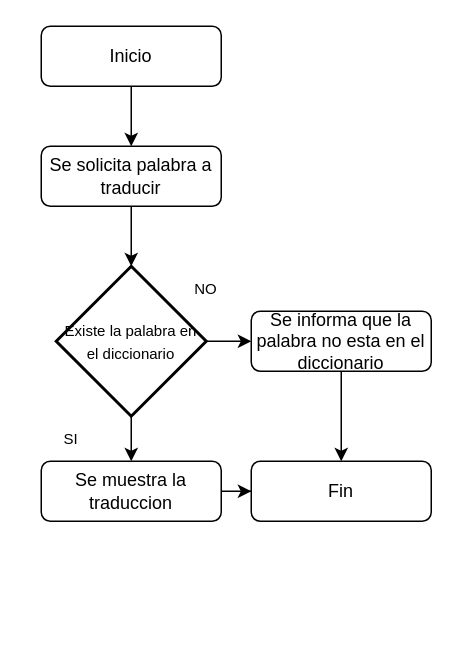
Above: page "Ejercicio10" (10 of 10) of Diagramas de flujo.drawio in EdgarVRP/Ejercicios-Logica-De-Programacion (draw.io), before the change. Source tidied: cells renumbered, new cells numbered last; positions are measured from the earlier drawing's top-left corner, leaving out a move shared by most shapes. Both pictures are drawn from the tidied source at 150%, with x=0, y=0 at pixel (26, 26).
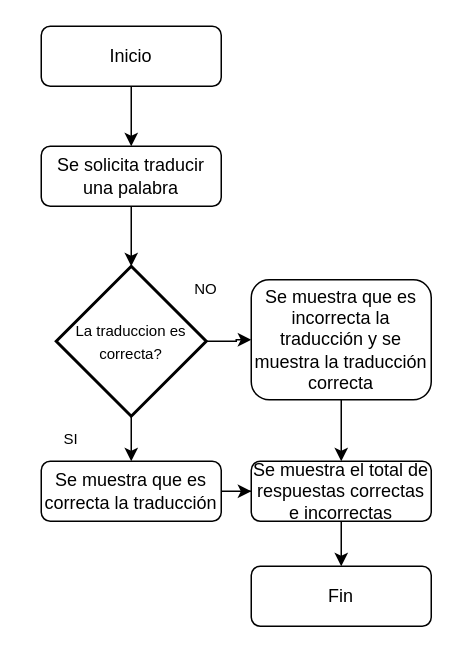
After the change.

The edit, as a diff of the source:
```diff
@@
 <mxGraphModel>
   <root>
     <mxCell id="0" />
     <mxCell id="1" parent="0" />
     <mxCell id="2" style="edgeStyle=orthogonalEdgeStyle;rounded=0;jettySize=auto;html=1;" parent="1" edge="1" source="3" target="5">
       <mxGeometry relative="1" as="geometry" />
     </mxCell>
     <mxCell id="3" value="Inicio" style="rounded=1;whiteSpace=wrap;html=1;fontSize=12;glass=0;strokeWidth=1;shadow=0;" parent="1" vertex="1">
       <mxGeometry x="10" width="120" height="40" as="geometry" />
     </mxCell>
     <mxCell id="4" style="edgeStyle=orthogonalEdgeStyle;rounded=0;jettySize=auto;html=1;" parent="1" edge="1" source="5">
       <mxGeometry relative="1" as="geometry">
         <mxPoint x="70" y="160" as="targetPoint" />
       </mxGeometry>
     </mxCell>
-    <mxCell id="5" value="Se solicita palabra a traducir" style="rounded=1;whiteSpace=wrap;html=1;fontSize=12;glass=0;strokeWidth=1;shadow=0;" parent="1" vertex="1">
+    <mxCell id="5" value="Se solicita traducir una palabra" style="rounded=1;whiteSpace=wrap;html=1;fontSize=12;glass=0;strokeWidth=1;shadow=0;" parent="1" vertex="1">
       <mxGeometry x="10" y="80" width="120" height="40" as="geometry" />
     </mxCell>
+    <mxCell id="16" style="edgeStyle=orthogonalEdgeStyle;rounded=0;jettySize=auto;html=1;" parent="1" edge="1" source="6" target="17">
+      <mxGeometry relative="1" as="geometry" />
+    </mxCell>
-    <mxCell id="6" value="Fin" style="rounded=1;whiteSpace=wrap;html=1;fontSize=12;glass=0;strokeWidth=1;shadow=0;" parent="1" vertex="1">
+    <mxCell id="6" value="Se muestra el total de respuestas correctas e incorrectas" style="rounded=1;whiteSpace=wrap;html=1;fontSize=12;glass=0;strokeWidth=1;shadow=0;" parent="1" vertex="1">
       <mxGeometry x="150" y="290" width="120" height="40" as="geometry" />
     </mxCell>
     <mxCell id="7" style="edgeStyle=orthogonalEdgeStyle;rounded=0;jettySize=auto;html=1;fontSize=10;" parent="1" edge="1" source="9" target="13">
       <mxGeometry relative="1" as="geometry" />
     </mxCell>
     <mxCell id="8" style="edgeStyle=orthogonalEdgeStyle;rounded=0;jettySize=auto;html=1;fontSize=10;" parent="1" edge="1" source="9" target="11">
       <mxGeometry relative="1" as="geometry" />
     </mxCell>
-    <mxCell id="9" value="&lt;font style=&quot;font-size: 10px;&quot;&gt;Existe la palabra en el diccionario&lt;/font&gt;" style="strokeWidth=2;html=1;shape=mxgraph.flowchart.decision;whiteSpace=wrap;" parent="1" vertex="1">
+    <mxCell id="9" value="&lt;span style=&quot;font-size: 10px;&quot;&gt;La traduccion es correcta?&lt;/span&gt;" style="strokeWidth=2;html=1;shape=mxgraph.flowchart.decision;whiteSpace=wrap;" parent="1" vertex="1">
       <mxGeometry x="20" y="160" width="100" height="100" as="geometry" />
     </mxCell>
     <mxCell id="10" style="edgeStyle=orthogonalEdgeStyle;rounded=0;jettySize=auto;html=1;fontSize=10;" parent="1" edge="1" source="11" target="6">
       <mxGeometry relative="1" as="geometry" />
     </mxCell>
-    <mxCell id="11" value="Se muestra la traduccion" style="rounded=1;whiteSpace=wrap;html=1;fontSize=12;glass=0;strokeWidth=1;shadow=0;" parent="1" vertex="1">
+    <mxCell id="11" value="Se muestra que es correcta la traducción" style="rounded=1;whiteSpace=wrap;html=1;fontSize=12;glass=0;strokeWidth=1;shadow=0;" parent="1" vertex="1">
       <mxGeometry x="10" y="290" width="120" height="40" as="geometry" />
     </mxCell>
     <mxCell id="12" style="edgeStyle=orthogonalEdgeStyle;rounded=0;jettySize=auto;html=1;fontSize=10;" parent="1" edge="1" source="13" target="6">
       <mxGeometry relative="1" as="geometry" />
     </mxCell>
-    <mxCell id="13" value="Se informa que la palabra no esta en el diccionario" style="rounded=1;whiteSpace=wrap;html=1;fontSize=12;glass=0;strokeWidth=1;shadow=0;" parent="1" vertex="1">
-      <mxGeometry x="150" y="190" width="120" height="40" as="geometry" />
+    <mxCell id="13" value="Se muestra que es incorrecta la traducción y se muestra la traducción correcta" style="rounded=1;whiteSpace=wrap;html=1;fontSize=12;glass=0;strokeWidth=1;shadow=0;" parent="1" vertex="1">
+      <mxGeometry x="150" y="169" width="120" height="80" as="geometry" />
     </mxCell>
     <mxCell id="14" value="NO" style="text;html=1;strokeColor=none;fillColor=none;align=center;verticalAlign=middle;whiteSpace=wrap;rounded=0;fontSize=10;" parent="1" vertex="1">
       <mxGeometry x="90" y="160" width="60" height="30" as="geometry" />
     </mxCell>
     <mxCell id="15" value="SI" style="text;html=1;strokeColor=none;fillColor=none;align=center;verticalAlign=middle;whiteSpace=wrap;rounded=0;fontSize=10;" parent="1" vertex="1">
       <mxGeometry y="260" width="60" height="30" as="geometry" />
     </mxCell>
+    <mxCell id="17" value="Fin" style="rounded=1;whiteSpace=wrap;html=1;fontSize=12;glass=0;strokeWidth=1;shadow=0;" parent="1" vertex="1">
+      <mxGeometry x="150" y="360" width="120" height="40" as="geometry" />
+    </mxCell>
   </root>
 </mxGraphModel>
```
